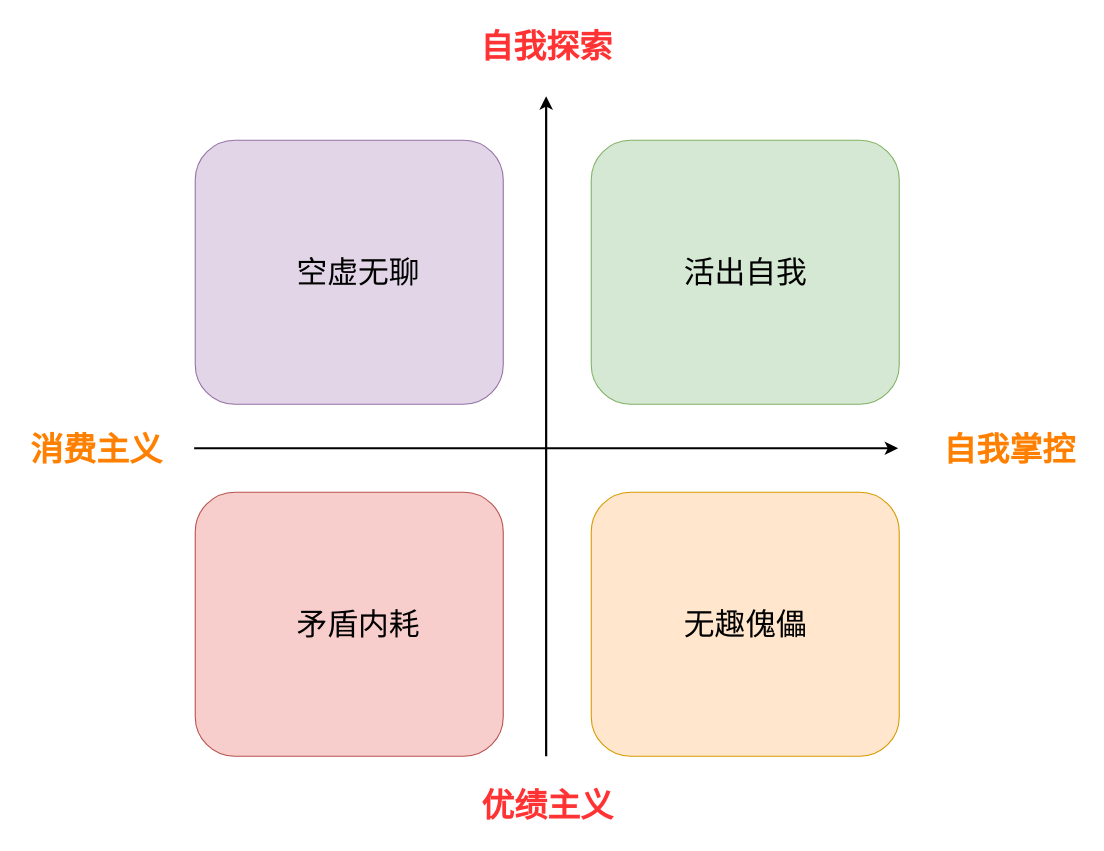
Earlier version of the draw.io diagram 人生状态四象限.drawio (youyusan/life_system). Source tidied: cells renumbered, new cells numbered last; positions are measured from the earlier drawing's top-left corner, leaving out a move shared by most shapes. Both pictures are drawn from the tidied source at 110%, with x=0, y=0 at pixel (19, 19).
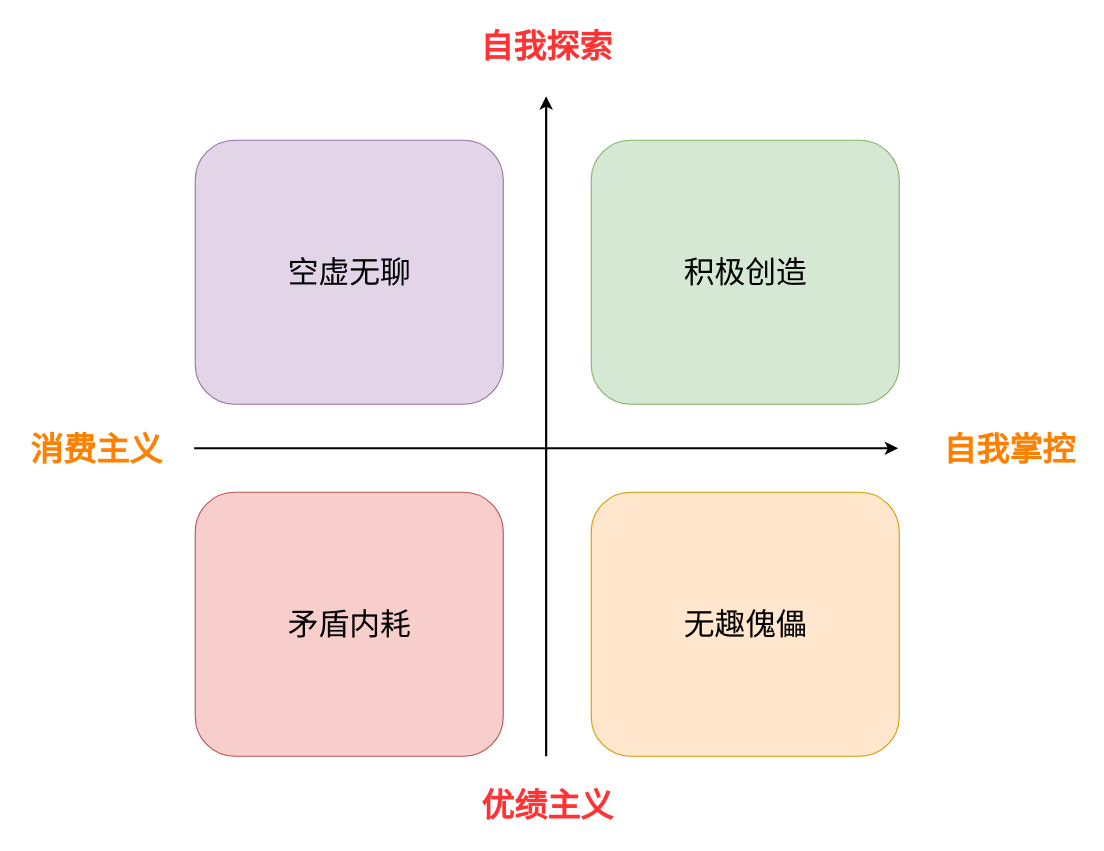
Above is the later version.

Commit message:
更新人生状态四象限.drawio

What changed in the source:
```diff
@@
 <mxGraphModel>
   <root>
     <mxCell id="0" />
     <mxCell id="1" parent="0" />
     <mxCell id="2" style="rounded=1;whiteSpace=wrap;html=1;fillColor=#d5e8d4;strokeColor=#82b366;flipV=0;flipH=0;" parent="1" vertex="1">
       <mxGeometry x="520" y="110" width="280" height="240" as="geometry" />
     </mxCell>
     <mxCell id="3" style="rounded=1;whiteSpace=wrap;html=1;fillColor=#ffe6cc;strokeColor=#d79b00;flipV=1;flipH=0;" parent="1" vertex="1">
       <mxGeometry x="520" y="430" width="280" height="240" as="geometry" />
     </mxCell>
     <mxCell id="4" style="rounded=1;whiteSpace=wrap;html=1;fillColor=#e1d5e7;strokeColor=#9673a6;flipV=0;flipH=0;" parent="1" vertex="1">
       <mxGeometry x="160" y="110" width="280" height="240" as="geometry" />
     </mxCell>
     <mxCell id="5" style="rounded=1;whiteSpace=wrap;html=1;fillColor=#f8cecc;strokeColor=#b85450;flipV=1;flipH=0;" parent="1" vertex="1">
       <mxGeometry x="160" y="430" width="280" height="240" as="geometry" />
     </mxCell>
     <mxCell id="6" style="endArrow=classic;html=1;rounded=0;strokeWidth=2;" parent="1" edge="1">
       <mxGeometry relative="1" as="geometry">
         <mxPoint x="159" y="390" as="sourcePoint" />
         <mxPoint x="799" y="390" as="targetPoint" />
       </mxGeometry>
     </mxCell>
     <mxCell id="7" style="endArrow=classic;html=1;rounded=0;strokeWidth=2;" parent="1" edge="1">
       <mxGeometry relative="1" as="geometry">
         <mxPoint x="479" y="670" as="sourcePoint" />
         <mxPoint x="479" y="70" as="targetPoint" />
       </mxGeometry>
     </mxCell>
     <mxCell id="8" value="优绩主义" style="text;html=1;align=center;verticalAlign=middle;strokeColor=none;fillColor=none;fontSize=30;fontColor=#FF3333;fontStyle=1;" parent="1" vertex="1">
       <mxGeometry x="410" y="690" width="140" height="50" as="geometry" />
     </mxCell>
     <mxCell id="9" value="消费主义" style="text;html=1;align=center;verticalAlign=middle;strokeColor=none;fillColor=none;fontSize=30;fontStyle=1;fontColor=#FF8000;" parent="1" vertex="1">
       <mxGeometry y="366" width="140" height="50" as="geometry" />
     </mxCell>
     <mxCell id="10" value="矛盾内耗" style="text;html=1;align=center;verticalAlign=middle;strokeColor=none;fillColor=none;fontSize=28;flipV=1;flipH=0;" parent="1" vertex="1">
-      <mxGeometry x="238" y="525" width="140" height="50" as="geometry" />
+      <mxGeometry x="230" y="525" width="140" height="50" as="geometry" />
     </mxCell>
     <mxCell id="11" value="空虚无聊" style="text;html=1;align=center;verticalAlign=middle;strokeColor=none;fillColor=none;fontSize=28;flipV=0;flipH=0;" parent="1" vertex="1">
-      <mxGeometry x="238" y="205" width="140" height="50" as="geometry" />
+      <mxGeometry x="230" y="205" width="140" height="50" as="geometry" />
     </mxCell>
     <mxCell id="12" value="无趣傀儡" style="text;html=1;align=center;verticalAlign=middle;strokeColor=none;fillColor=none;fontSize=28;flipV=1;flipH=0;" parent="1" vertex="1">
       <mxGeometry x="590" y="525" width="140" height="50" as="geometry" />
     </mxCell>
-    <mxCell id="13" value="活出自我" style="text;html=1;align=center;verticalAlign=middle;strokeColor=none;fillColor=none;fontSize=28;flipV=0;flipH=0;" parent="1" vertex="1">
+    <mxCell id="13" value="积极创造" style="text;html=1;align=center;verticalAlign=middle;strokeColor=none;fillColor=none;fontSize=28;flipV=0;flipH=0;" parent="1" vertex="1">
       <mxGeometry x="590" y="205" width="140" height="50" as="geometry" />
     </mxCell>
     <mxCell id="14" value="自我掌控" style="text;html=1;align=center;verticalAlign=middle;strokeColor=none;fillColor=none;fontSize=30;fontStyle=1;fontColor=#FF8000;" parent="1" vertex="1">
       <mxGeometry x="830" y="366" width="140" height="50" as="geometry" />
     </mxCell>
     <mxCell id="15" value="自我探索" style="text;html=1;align=center;verticalAlign=middle;strokeColor=none;fillColor=none;fontSize=30;fontColor=#FF3333;fontStyle=1;" parent="1" vertex="1">
       <mxGeometry x="409" width="140" height="50" as="geometry" />
     </mxCell>
   </root>
 </mxGraphModel>
```
